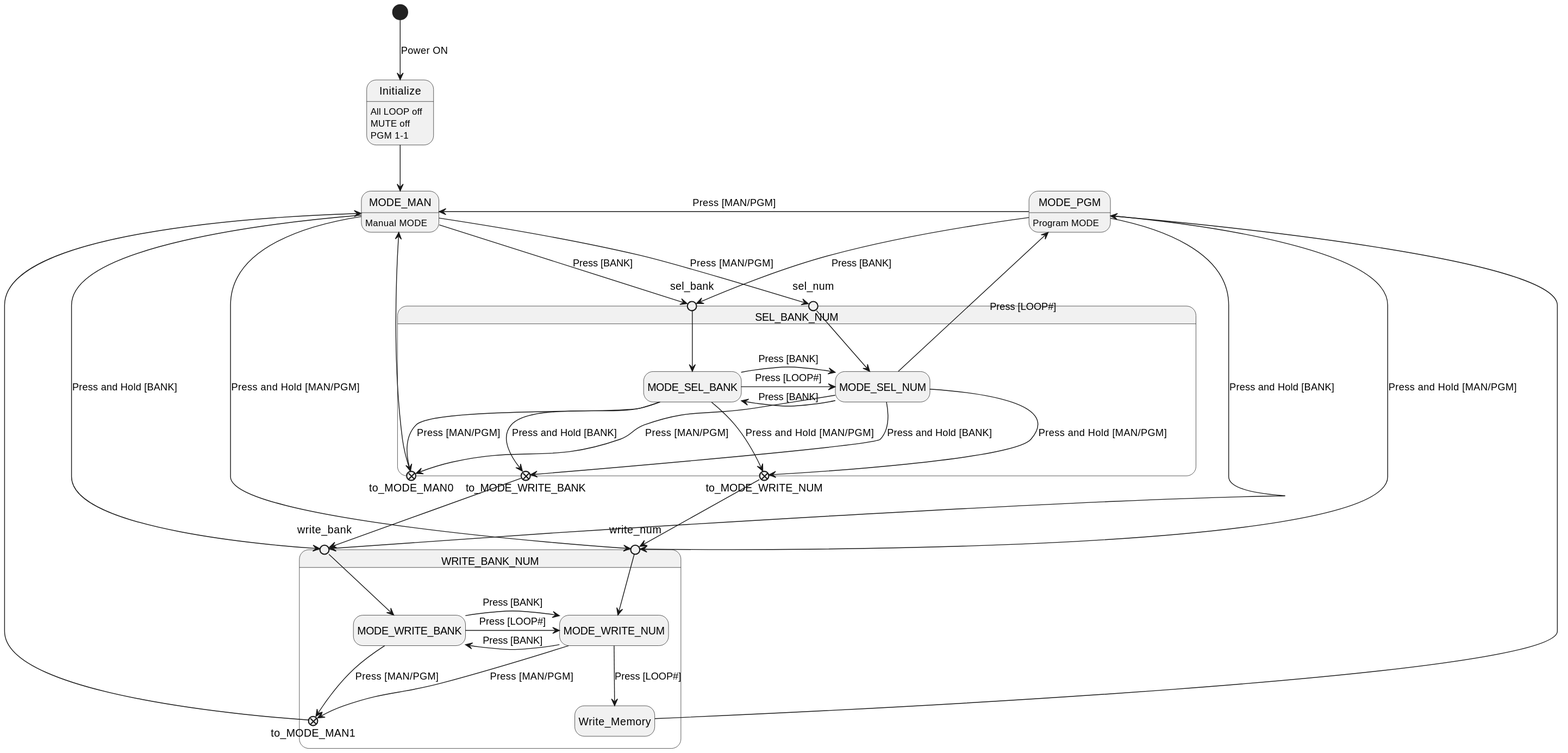
Above: src/Documents/UML/ui.svg in JJ1LFO/NoasArk_PTBS-1_Mod (PlantUML), before the change.
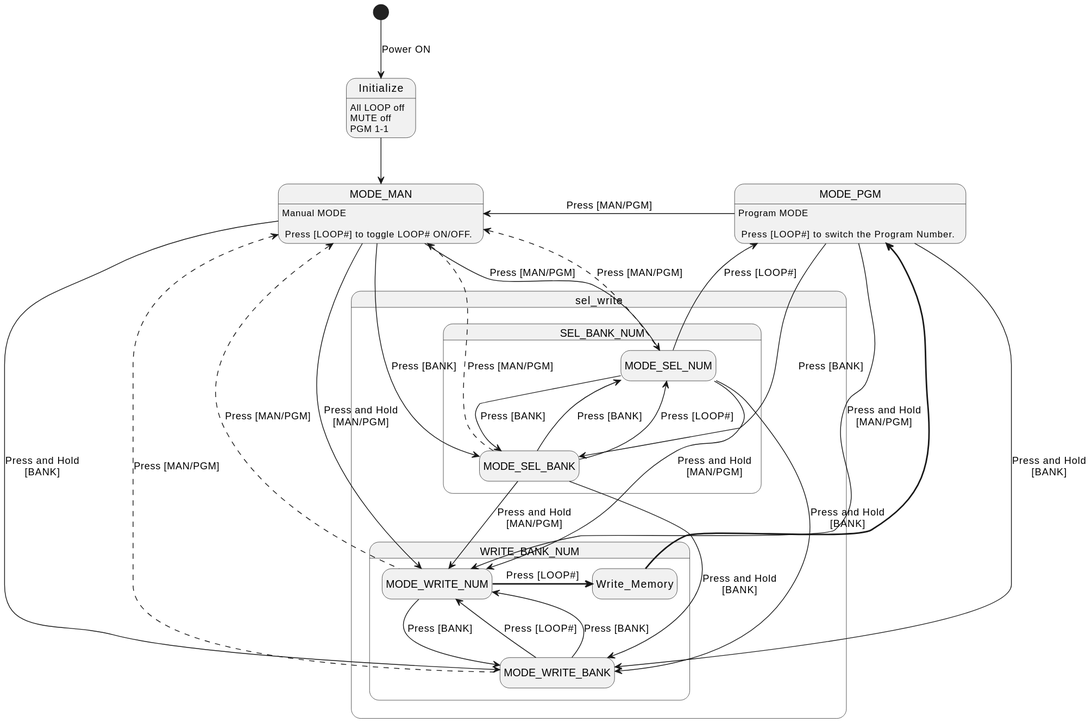
After the change.

Commit message:
update ui state diagram

What changed in the source:
```diff
@@ -9,78 +9,56 @@
 
 Initialize --> MODE_MAN
 
-state MODE_MAN : Manual MODE
+state MODE_MAN : Manual MODE\n\n Press [LOOP#] to toggle LOOP# ON/OFF.
 
-MODE_MAN --> sel_num			: Press [MAN/PGM]
-MODE_MAN --> sel_bank				: Press [BANK]
-MODE_MAN --> write_num			: Press and Hold [MAN/PGM]
-MODE_MAN --> write_bank		: Press and Hold [BANK]
+MODE_MAN --> MODE_SEL_NUM	: Press [MAN/PGM]
+MODE_MAN --> MODE_SEL_BANK	: Press [BANK]
+MODE_MAN --> MODE_WRITE_NUM	: Press and Hold\n[MAN/PGM]
+MODE_MAN --> MODE_WRITE_BANK	: Press and Hold\n[BANK]
 
 
-state MODE_PGM : Program MODE
+state MODE_PGM : Program MODE\n\n Press [LOOP#] to switch the Program Number.
 
-state SEL_BANK_NUM {
-	state sel_num <<entryPoint>>
-	state sel_bank <<entryPoint>>
+MODE_PGM -left-> MODE_MAN	: Press [MAN/PGM]
+MODE_PGM --> MODE_SEL_BANK	: Press [BANK]
+MODE_PGM --> MODE_WRITE_NUM	: Press and Hold\n[MAN/PGM]
+MODE_PGM --> MODE_WRITE_BANK	: Press and Hold\n[BANK]
 
-	sel_num --> MODE_SEL_NUM
-	sel_bank --> MODE_SEL_BANK
+state sel_write {
+	state SEL_BANK_NUM {
+		state MODE_SEL_NUM
+		state MODE_SEL_BANK
 
-	state MODE_SEL_NUM
-	state MODE_SEL_BANK
+		MODE_SEL_NUM --> MODE_SEL_BANK		: Press [BANK]
+		MODE_SEL_NUM -up-> MODE_PGM			: Press [LOOP#]
+		MODE_SEL_NUM -up[dashed]-> MODE_MAN			: Press [MAN/PGM]
+		MODE_SEL_NUM --> MODE_WRITE_NUM		: Press and Hold\n[MAN/PGM]
+		MODE_SEL_NUM --> MODE_WRITE_BANK		: Press and Hold\n[BANK]
 
-	MODE_SEL_NUM -> MODE_SEL_BANK		: Press [BANK]
-	MODE_SEL_NUM -up-> MODE_PGM			: Press [LOOP#]
-	MODE_SEL_NUM --> to_MODE_MAN0			: Press [MAN/PGM]
-	MODE_SEL_NUM -> to_MODE_WRITE_NUM		: Press and Hold [MAN/PGM]
-	MODE_SEL_NUM -> to_MODE_WRITE_BANK		: Press and Hold [BANK]
+		MODE_SEL_BANK -up-> MODE_SEL_NUM		: Press [BANK]
+		MODE_SEL_BANK -up-> MODE_SEL_NUM		: Press [LOOP#]
+		MODE_SEL_BANK -up[dashed]-> MODE_MAN		: Press [MAN/PGM]
+		MODE_SEL_BANK --> MODE_WRITE_NUM		: Press and Hold\n[MAN/PGM]
+		MODE_SEL_BANK --> MODE_WRITE_BANK		: Press and Hold\n[BANK]
 
-	MODE_SEL_BANK -> MODE_SEL_NUM		: Press [BANK]
-	MODE_SEL_BANK -> MODE_SEL_NUM		: Press [LOOP#]
-	MODE_SEL_BANK --> to_MODE_MAN0		: Press [MAN/PGM]
-	MODE_SEL_BANK -> to_MODE_WRITE_NUM		: Press and Hold [MAN/PGM]
-	MODE_SEL_BANK -> to_MODE_WRITE_BANK		: Press and Hold [BANK]
-
-	state to_MODE_MAN0 <<exitPoint>>
-	to_MODE_MAN0 --> MODE_MAN
-
-	state to_MODE_WRITE_NUM <<exitPoint>>
-	to_MODE_WRITE_NUM --> write_num
-
-	state to_MODE_WRITE_BANK <<exitPoint>>
-	to_MODE_WRITE_BANK --> write_bank
-
-}
-
-MODE_PGM -left-> MODE_MAN			: Press [MAN/PGM]
-MODE_PGM --> sel_bank			: Press [BANK]
-MODE_PGM --> write_num			: Press and Hold [MAN/PGM]
-MODE_PGM --> write_bank		: Press and Hold [BANK]
+	}
 
 
+	state WRITE_BANK_NUM {
+		state MODE_WRITE_NUM
+		state MODE_WRITE_BANK
+
+		MODE_WRITE_NUM -[bold]> Write_Memory		: Press [LOOP#]
+		Write_Memory -up[bold]-> MODE_PGM
+
+		MODE_WRITE_NUM --> MODE_WRITE_BANK	: Press [BANK]
+		MODE_WRITE_NUM -up[dashed]-> MODE_MAN		: Press [MAN/PGM]
+
+		MODE_WRITE_BANK --> MODE_WRITE_NUM	: Press [LOOP#]
+		MODE_WRITE_BANK -up[dashed]-> MODE_MAN		: Press [MAN/PGM]
+		MODE_WRITE_BANK --> MODE_WRITE_NUM	: Press [BANK]
 
 
-state WRITE_BANK_NUM {
-	state write_num <<entryPoint>>
-	state write_bank <<entryPoint>>
-
-	write_num --> MODE_WRITE_NUM
-	write_bank --> MODE_WRITE_BANK
-
-	state MODE_WRITE_NUM
-	state MODE_WRITE_BANK
-
-	MODE_WRITE_NUM --> Write_Memory		: Press [LOOP#]
-	MODE_WRITE_NUM -> MODE_WRITE_BANK	: Press [BANK]
-	MODE_WRITE_NUM --> to_MODE_MAN1		: Press [MAN/PGM]
-
-	MODE_WRITE_BANK -> MODE_WRITE_NUM	: Press [LOOP#]
-	MODE_WRITE_BANK --> to_MODE_MAN1	: Press [MAN/PGM]
-	MODE_WRITE_BANK -> MODE_WRITE_NUM	: Press [BANK]
-
-	state to_MODE_MAN1 <<exitPoint>>
-	to_MODE_MAN1 --> MODE_MAN
+	}
 }
-
-Write_Memory -up-> MODE_PGM
 @enduml
```
